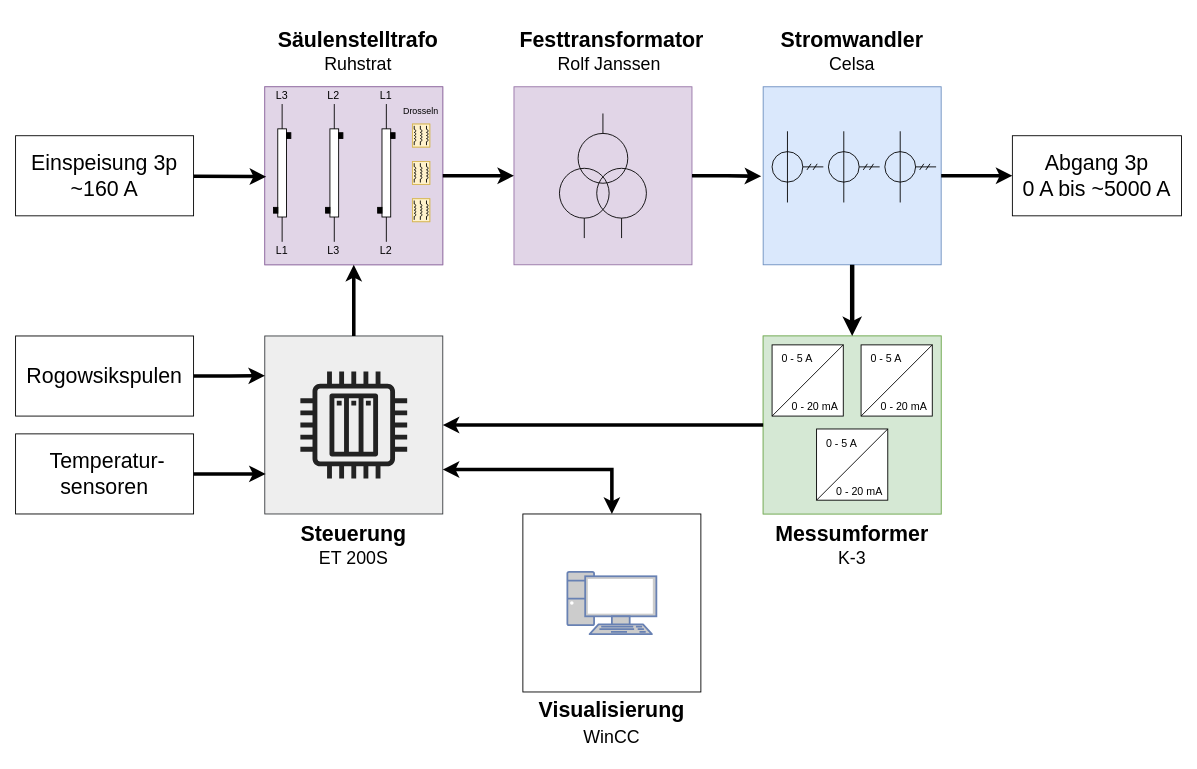
The draw.io diagram 03_Ressourcen/zeichnungen/aufbau_hochstrom_pruefstand.drawio in oliverschmidt99/Bachelorarbeit-Fremdfeldbeeinflussung-Messstromwandler, before the edit. Source tidied: cells renumbered, new cells numbered last; positions are measured from the earlier drawing's top-left corner, leaving out a move shared by most shapes. Both pictures are drawn from the tidied source at 89%, with x=0, y=0 at pixel (15, 15).
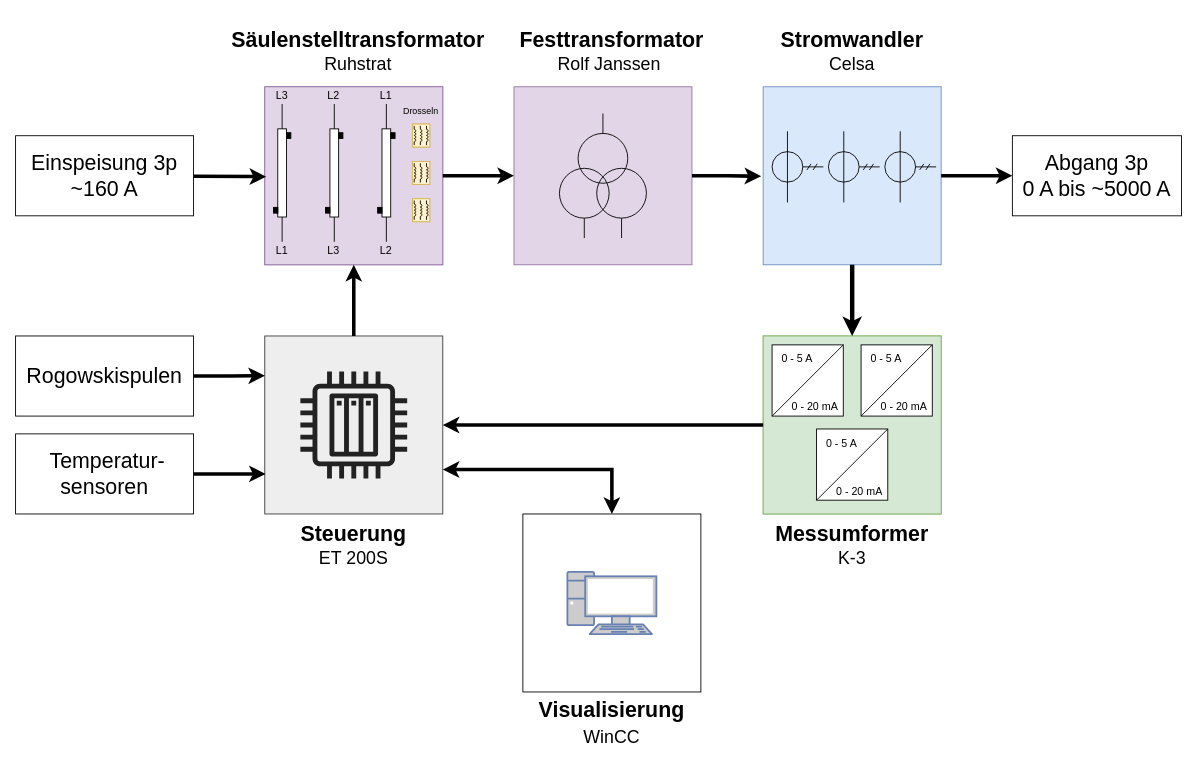
The same page after the edit.

Change to the diagram source:
```diff
@@
-    <mxCell id="35" value="&lt;font style=&quot;font-size: 24px;&quot;&gt;&lt;b style=&quot;&quot;&gt;Säulenstelltrafo&lt;/b&gt;&lt;/font&gt;&lt;div&gt;&lt;font style=&quot;font-size: 20px;&quot;&gt;&lt;span style=&quot;&quot;&gt;Ruhstrat&lt;/span&gt;&lt;/font&gt;&lt;/div&gt;" style="text;html=1;whiteSpace=wrap;strokeColor=none;fillColor=none;align=center;verticalAlign=middle;rounded=0;" parent="1" vertex="1">
+    <mxCell id="35" value="&lt;font style=&quot;font-size: 24px;&quot;&gt;&lt;b style=&quot;&quot;&gt;Säulenstelltransformator&lt;/b&gt;&lt;/font&gt;&lt;div&gt;&lt;font style=&quot;font-size: 20px;&quot;&gt;&lt;span style=&quot;&quot;&gt;Ruhstrat&lt;/span&gt;&lt;/font&gt;&lt;/div&gt;" style="text;html=1;whiteSpace=wrap;strokeColor=none;fillColor=none;align=center;verticalAlign=middle;rounded=0;" parent="1" vertex="1">
       <mxGeometry x="260" width="250" height="80" as="geometry" />
     </mxCell>
@@
-    <mxCell id="84" value="&lt;span style=&quot;font-size: 24px;&quot;&gt;Rogowsikspulen&lt;/span&gt;" style="rounded=0;whiteSpace=wrap;html=1;" parent="1" vertex="1">
+    <mxCell id="84" value="&lt;span style=&quot;font-size: 24px;&quot;&gt;Rogowskispulen&lt;/span&gt;" style="rounded=0;whiteSpace=wrap;html=1;" parent="1" vertex="1">
       <mxGeometry y="360" width="200" height="90" as="geometry" />
     </mxCell>
```
